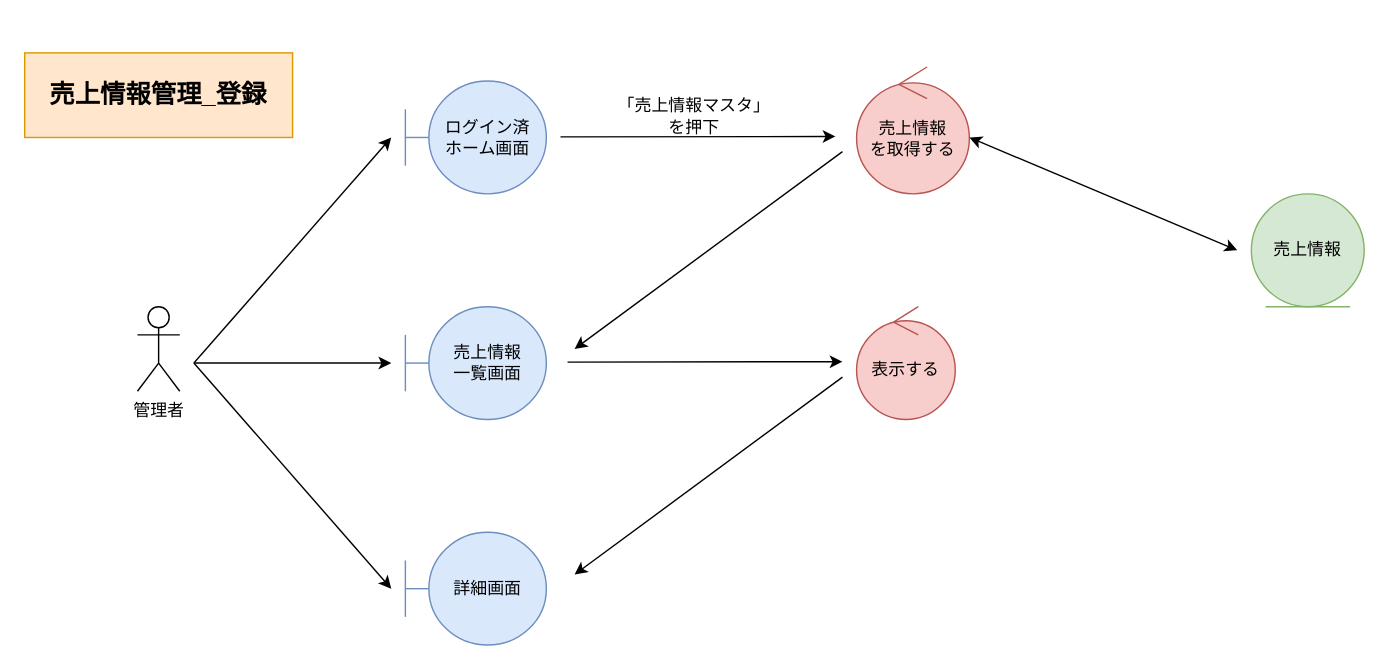
This is page "*売上情報管理_参照" (1 of 3) of 各種設計書/3ロバストネス図/マスタ管理/6.売上情報マスタ.drawio from HaruShim/Sotuken, a draw.io file, before an edit. Source tidied: cells renumbered, new cells numbered last; positions are measured from the earlier drawing's top-left corner, leaving out a move shared by most shapes. Both pictures are drawn from the tidied source at 141%, with x=0, y=0 at pixel (24, 52).
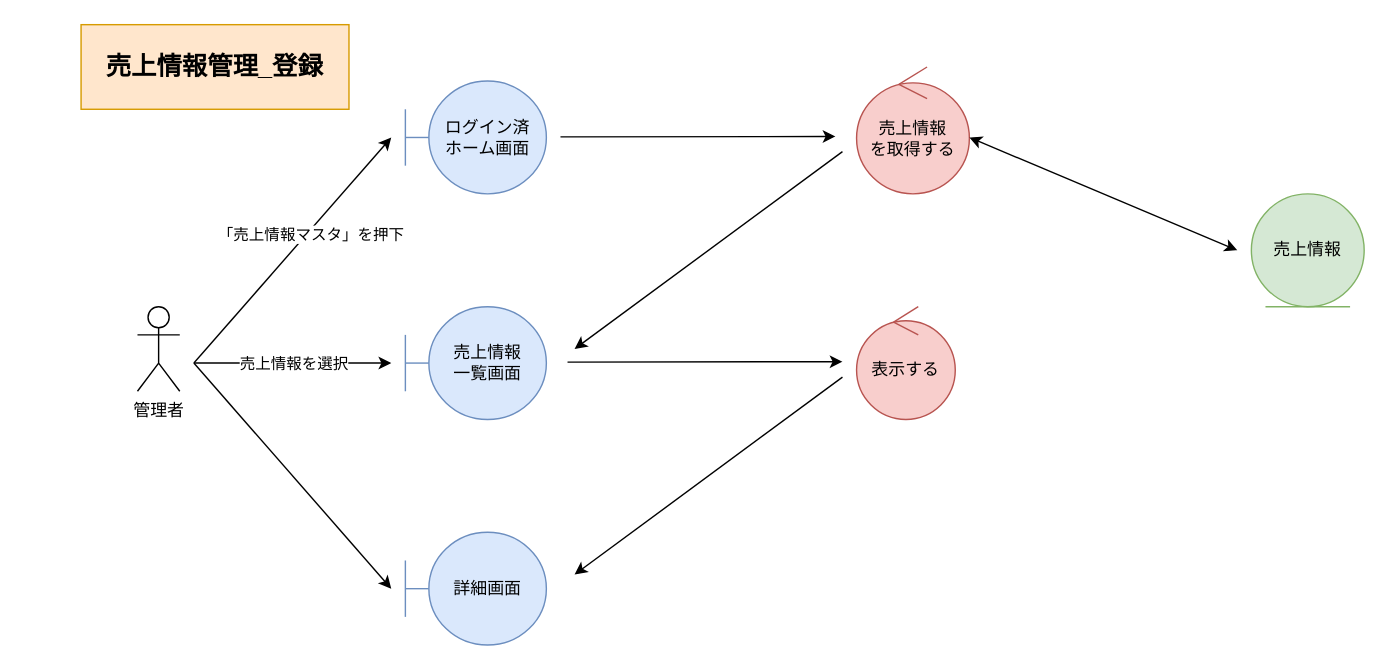
After the change.

Unchanged cells that the change refers to:
```xml
<mxCell id="10" style="endArrow=classic;html=1;rounded=0;" parent="1" edge="1">
  <mxGeometry relative="1" as="geometry">
    <mxPoint x="120" y="220" as="sourcePoint" />
    <mxPoint x="260" y="60" as="targetPoint" />
  </mxGeometry>
</mxCell>
<mxCell id="12" style="endArrow=classic;html=1;rounded=0;" parent="1" edge="1">
  <mxGeometry relative="1" as="geometry">
    <mxPoint x="120" y="220" as="sourcePoint" />
    <mxPoint x="260" y="220" as="targetPoint" />
  </mxGeometry>
</mxCell>
```

The edit, as a diff of the source:
```diff
@@
-    <mxCell id="9" value="「売上情報マスタ」&lt;br&gt;を押下" style="text;html=1;strokeColor=none;fillColor=none;align=center;verticalAlign=middle;whiteSpace=wrap;rounded=0;" parent="1" vertex="1">
-      <mxGeometry x="390" y="30" width="170" height="30" as="geometry" />
-    </mxCell>
@@
+    <mxCell id="19" value="「売上情報マスタ」を押下" style="edgeLabel;html=1;align=center;verticalAlign=middle;" parent="10" vertex="1">
+      <mxGeometry x="0.16" y="-2" relative="1" as="geometry" />
+    </mxCell>
@@
+    <mxCell id="20" value="売上情報を選択" style="edgeLabel;html=1;align=center;verticalAlign=middle;" parent="12" vertex="1">
+      <mxGeometry x="0.31" y="1" relative="1" as="geometry">
+        <mxPoint x="-22" y="1" as="offset" />
+      </mxGeometry>
+    </mxCell>
@@
     <mxCell id="18" value="売上情報管理_登録" style="rounded=0;whiteSpace=wrap;html=1;fillColor=#ffe6cc;strokeColor=#d79b00;fontStyle=1;fontSize=18;" parent="1" vertex="1">
-      <mxGeometry width="190" height="60" as="geometry" />
+      <mxGeometry x="40" y="-20" width="190" height="60" as="geometry" />
     </mxCell>
```
